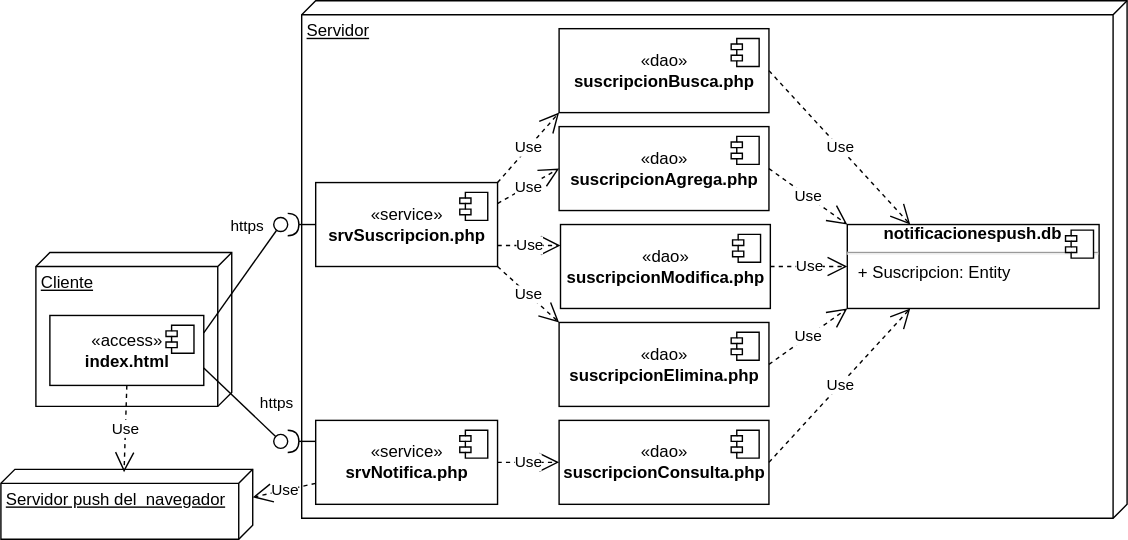
The draw.io diagram docs/img/m10push/pushdistribucion.drawio.svg in gilpgdm/gilpgdm.github.io, before a commit. Source tidied: cells renumbered, new cells last; positions are measured from the earlier drawing's top-left corner, leaving out a move shared by most shapes.
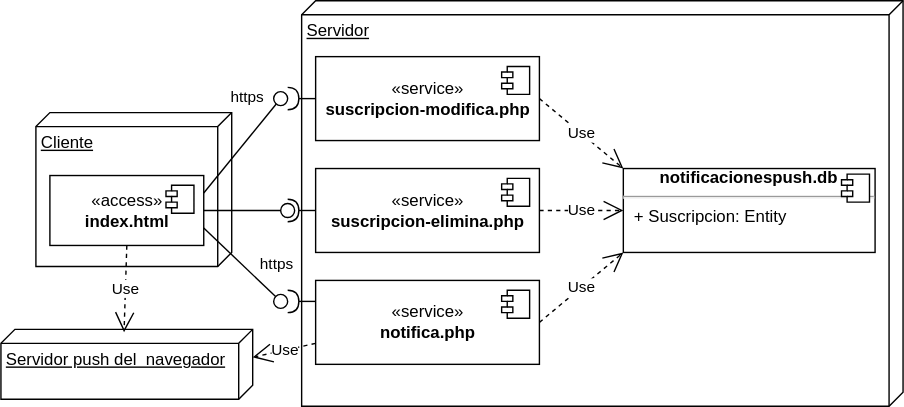
After the commit.

The edit, as a diff of the source:
```diff
@@ -14,57 +14,27 @@
       </mxGeometry>
     </mxCell>
     <mxCell id="5" value="Servidor" style="verticalAlign=top;align=left;spacingTop=8;spacingLeft=2;spacingRight=12;shape=cube;size=10;direction=south;fontStyle=4;html=1;" parent="1" vertex="1">
-      <mxGeometry x="215" width="590" height="370" as="geometry" />
+      <mxGeometry x="215" y="100" width="430" height="290" as="geometry" />
     </mxCell>
-    <mxCell id="6" value="«service»&lt;br&gt;&lt;b&gt;srvSuscripcion.php&lt;/b&gt;" style="html=1;" parent="1" vertex="1">
-      <mxGeometry x="225" y="130" width="130" height="60" as="geometry" />
+    <mxCell id="6" value="«service»&lt;br&gt;&lt;b&gt;suscripcion-modifica.php&lt;/b&gt;" style="html=1;" parent="1" vertex="1">
+      <mxGeometry x="225" y="140" width="160" height="60" as="geometry" />
     </mxCell>
     <mxCell id="7" style="shape=module;jettyWidth=8;jettyHeight=4;" parent="6" vertex="1">
       <mxGeometry x="1" width="20" height="20" relative="1" as="geometry">
         <mxPoint x="-27" y="7" as="offset" />
       </mxGeometry>
     </mxCell>
-    <mxCell id="8" value="«service»&lt;br&gt;&lt;b&gt;srvNotifica.php&lt;/b&gt;" style="html=1;" parent="1" vertex="1">
-      <mxGeometry x="225" y="300" width="130" height="60" as="geometry" />
+    <mxCell id="8" value="«service»&lt;br&gt;&lt;b&gt;notifica.php&lt;/b&gt;" style="html=1;" parent="1" vertex="1">
+      <mxGeometry x="225" y="300" width="160" height="60" as="geometry" />
     </mxCell>
     <mxCell id="9" style="shape=module;jettyWidth=8;jettyHeight=4;" parent="8" vertex="1">
       <mxGeometry x="1" width="20" height="20" relative="1" as="geometry">
         <mxPoint x="-27" y="7" as="offset" />
       </mxGeometry>
     </mxCell>
-    <mxCell id="10" value="«dao»&lt;br&gt;&lt;b&gt;suscripcionModifica.php&lt;/b&gt;" style="html=1;" parent="1" vertex="1">
-      <mxGeometry x="400" y="160" width="150" height="60" as="geometry" />
-    </mxCell>
-    <mxCell id="11" style="shape=module;jettyWidth=8;jettyHeight=4;" parent="10" vertex="1">
-      <mxGeometry x="1" width="20" height="20" relative="1" as="geometry">
-        <mxPoint x="-27" y="7" as="offset" />
-      </mxGeometry>
-    </mxCell>
-    <mxCell id="12" value="«dao»&lt;br&gt;&lt;b&gt;suscripcionElimina.php&lt;/b&gt;" style="html=1;" parent="1" vertex="1">
-      <mxGeometry x="399" y="230" width="150" height="60" as="geometry" />
-    </mxCell>
-    <mxCell id="13" style="shape=module;jettyWidth=8;jettyHeight=4;" parent="12" vertex="1">
-      <mxGeometry x="1" width="20" height="20" relative="1" as="geometry">
-        <mxPoint x="-27" y="7" as="offset" />
-      </mxGeometry>
-    </mxCell>
-    <mxCell id="14" value="«dao»&lt;br&gt;&lt;b&gt;suscripcionConsulta.php&lt;/b&gt;" style="html=1;" parent="1" vertex="1">
-      <mxGeometry x="399" y="300" width="150" height="60" as="geometry" />
-    </mxCell>
-    <mxCell id="15" style="shape=module;jettyWidth=8;jettyHeight=4;" parent="14" vertex="1">
-      <mxGeometry x="1" width="20" height="20" relative="1" as="geometry">
-        <mxPoint x="-27" y="7" as="offset" />
-      </mxGeometry>
-    </mxCell>
     <mxCell id="16" value="https" style="rounded=0;jettySize=auto;html=1;endArrow=none;endFill=0;sketch=0;sourcePerimeterSpacing=0;targetPerimeterSpacing=0;exitX=1;exitY=0.25;exitDx=0;exitDy=0;" parent="1" edge="1" source="3" target="18">
       <mxGeometry x="0.77" y="19" relative="1" as="geometry" />
     </mxCell>
-    <mxCell id="17" style="rounded=0;jettySize=auto;html=1;endArrow=halfCircle;endFill=0;endSize=6;strokeWidth=1;sketch=0;exitX=0;exitY=0.5;exitDx=0;exitDy=0;" parent="1" edge="1" source="6" target="18">
-      <mxGeometry relative="1" as="geometry" />
-    </mxCell>
-    <mxCell id="18" style="ellipse;whiteSpace=wrap;html=1;align=center;points=[];outlineConnect=0;sketch=0;" parent="1" vertex="1">
-      <mxGeometry x="195" y="155" width="10" height="10" as="geometry" />
-    </mxCell>
     <mxCell id="19" value="https" style="rounded=0;jettySize=auto;html=1;endArrow=none;endFill=0;sketch=0;sourcePerimeterSpacing=0;targetPerimeterSpacing=0;exitX=1;exitY=0.75;exitDx=0;exitDy=0;" parent="1" edge="1" source="3" target="21">
       <mxGeometry x="0.55" y="17" relative="1" as="geometry" />
     </mxCell>
@@ -76,26 +46,14 @@
     <mxCell id="21" style="ellipse;whiteSpace=wrap;html=1;align=center;points=[];outlineConnect=0;sketch=0;" parent="1" vertex="1">
       <mxGeometry x="195" y="310" width="10" height="10" as="geometry" />
     </mxCell>
-    <mxCell id="22" value="Use" style="endArrow=open;endSize=12;dashed=1;html=1;rounded=0;entryX=0;entryY=0.5;entryDx=0;entryDy=0;exitX=1;exitY=0.25;exitDx=0;exitDy=0;" parent="1" edge="1" source="6" target="31">
-      <mxGeometry relative="1" as="geometry" />
-    </mxCell>
-    <mxCell id="23" value="Use" style="endArrow=open;endSize=12;dashed=1;html=1;rounded=0;entryX=0;entryY=0;entryDx=0;entryDy=0;exitX=1;exitY=1;exitDx=0;exitDy=0;" parent="1" edge="1" source="6" target="12">
-      <mxGeometry relative="1" as="geometry" />
-    </mxCell>
-    <mxCell id="24" value="Use" style="endArrow=open;endSize=12;dashed=1;html=1;rounded=0;entryX=0;entryY=0.5;entryDx=0;entryDy=0;exitX=1;exitY=0.5;exitDx=0;exitDy=0;" parent="1" edge="1" source="8" target="14">
-      <mxGeometry relative="1" as="geometry" />
-    </mxCell>
-    <mxCell id="25" value="Use" style="endArrow=open;endSize=12;dashed=1;html=1;rounded=0;exitX=1;exitY=0.5;exitDx=0;exitDy=0;entryX=0;entryY=0.5;entryDx=0;entryDy=0;" parent="1" edge="1" source="10" target="28">
+    <mxCell id="25" value="Use" style="endArrow=open;endSize=12;dashed=1;html=1;rounded=0;exitX=1;exitY=0.5;exitDx=0;exitDy=0;entryX=0;entryY=0.5;entryDx=0;entryDy=0;" parent="1" edge="1" source="41" target="28">
       <mxGeometry relative="1" as="geometry" />
     </mxCell>
-    <mxCell id="26" value="Use" style="endArrow=open;endSize=12;dashed=1;html=1;rounded=0;entryX=0;entryY=1;entryDx=0;entryDy=0;exitX=1;exitY=0.5;exitDx=0;exitDy=0;" parent="1" edge="1" source="12" target="28">
+    <mxCell id="26" value="Use" style="endArrow=open;endSize=12;dashed=1;html=1;rounded=0;entryX=0;entryY=1;entryDx=0;entryDy=0;exitX=1;exitY=0.5;exitDx=0;exitDy=0;" parent="1" edge="1" source="8" target="28">
       <mxGeometry relative="1" as="geometry" />
     </mxCell>
-    <mxCell id="27" value="Use" style="endArrow=open;endSize=12;dashed=1;html=1;rounded=0;entryX=0.25;entryY=1;entryDx=0;entryDy=0;exitX=1;exitY=0.5;exitDx=0;exitDy=0;" parent="1" edge="1" source="14" target="28">
-      <mxGeometry relative="1" as="geometry" />
-    </mxCell>
     <mxCell id="28" value="&lt;div style=&quot;text-align: center;&quot;&gt;&lt;b&gt;notificacionespush&lt;/b&gt;&lt;b style=&quot;background-color: initial;&quot;&gt;.db&lt;/b&gt;&lt;/div&gt;&lt;hr&gt;&lt;p style=&quot;margin:0px;margin-left:8px;&quot;&gt;+ Suscripcion: Entity&lt;/p&gt;" style="align=left;overflow=fill;html=1;" parent="1" vertex="1">
-      <mxGeometry x="605" y="160" width="180" height="60" as="geometry" />
+      <mxGeometry x="445" y="220" width="180" height="60" as="geometry" />
     </mxCell>
     <mxCell id="29" style="shape=component;jettyWidth=8;jettyHeight=4;" parent="28" vertex="1">
       <mxGeometry x="1" width="20" height="20" relative="1" as="geometry">
@@ -105,39 +63,41 @@
     <mxCell id="30" value="Servidor push del&amp;nbsp; navegador" style="verticalAlign=top;align=left;spacingTop=8;spacingLeft=2;spacingRight=12;shape=cube;size=10;direction=south;fontStyle=4;html=1;" parent="1" vertex="1">
       <mxGeometry y="335" width="180" height="50" as="geometry" />
     </mxCell>
-    <mxCell id="31" value="«dao»&lt;br&gt;&lt;b&gt;suscripcionAgrega.php&lt;/b&gt;" style="html=1;" parent="1" vertex="1">
-      <mxGeometry x="399" y="90" width="150" height="60" as="geometry" />
-    </mxCell>
-    <mxCell id="32" style="shape=module;jettyWidth=8;jettyHeight=4;" parent="31" vertex="1">
-      <mxGeometry x="1" width="20" height="20" relative="1" as="geometry">
-        <mxPoint x="-27" y="7" as="offset" />
-      </mxGeometry>
-    </mxCell>
-    <mxCell id="33" value="«dao»&lt;br&gt;&lt;b&gt;suscripcionBusca.php&lt;/b&gt;" style="html=1;" parent="1" vertex="1">
-      <mxGeometry x="399" y="20" width="150" height="60" as="geometry" />
-    </mxCell>
-    <mxCell id="34" style="shape=module;jettyWidth=8;jettyHeight=4;" parent="33" vertex="1">
-      <mxGeometry x="1" width="20" height="20" relative="1" as="geometry">
-        <mxPoint x="-27" y="7" as="offset" />
-      </mxGeometry>
-    </mxCell>
-    <mxCell id="35" value="Use" style="endArrow=open;endSize=12;dashed=1;html=1;rounded=0;exitX=1;exitY=0.5;exitDx=0;exitDy=0;entryX=0;entryY=0;entryDx=0;entryDy=0;" parent="1" edge="1" source="31" target="28">
+    <mxCell id="35" value="Use" style="endArrow=open;endSize=12;dashed=1;html=1;rounded=0;exitX=1;exitY=0.5;exitDx=0;exitDy=0;entryX=0;entryY=0;entryDx=0;entryDy=0;" parent="1" edge="1" source="6" target="28">
       <mxGeometry relative="1" as="geometry" />
     </mxCell>
-    <mxCell id="36" value="Use" style="endArrow=open;endSize=12;dashed=1;html=1;rounded=0;exitX=1;exitY=0.5;exitDx=0;exitDy=0;entryX=0.25;entryY=0;entryDx=0;entryDy=0;" parent="1" edge="1" source="33" target="28">
-      <mxGeometry relative="1" as="geometry" />
-    </mxCell>
-    <mxCell id="37" value="Use" style="endArrow=open;endSize=12;dashed=1;html=1;rounded=0;entryX=0;entryY=1;entryDx=0;entryDy=0;exitX=1;exitY=0;exitDx=0;exitDy=0;" parent="1" edge="1" source="6" target="33">
-      <mxGeometry relative="1" as="geometry" />
-    </mxCell>
-    <mxCell id="38" value="Use" style="endArrow=open;endSize=12;dashed=1;html=1;rounded=0;entryX=0;entryY=0.25;entryDx=0;entryDy=0;exitX=1;exitY=0.75;exitDx=0;exitDy=0;" parent="1" edge="1" source="6" target="10">
-      <mxGeometry relative="1" as="geometry" />
-    </mxCell>
     <mxCell id="39" value="Use" style="endArrow=open;endSize=12;dashed=1;html=1;rounded=0;entryX=0.04;entryY=0.511;entryDx=0;entryDy=0;entryPerimeter=0;exitX=0.5;exitY=1;exitDx=0;exitDy=0;" parent="1" edge="1" source="3" target="30">
       <mxGeometry relative="1" as="geometry" />
     </mxCell>
     <mxCell id="40" value="Use" style="endArrow=open;endSize=12;dashed=1;html=1;rounded=0;entryX=0;entryY=0;entryDx=20;entryDy=0;entryPerimeter=0;exitX=0;exitY=0.75;exitDx=0;exitDy=0;" parent="1" edge="1" source="8" target="30">
       <mxGeometry relative="1" as="geometry" />
     </mxCell>
+    <mxCell id="41" value="«service»&lt;br&gt;&lt;b&gt;suscripcion-elimina.php&lt;/b&gt;" style="html=1;" parent="1" vertex="1">
+      <mxGeometry x="225" y="220" width="160" height="60" as="geometry" />
+    </mxCell>
+    <mxCell id="42" style="shape=module;jettyWidth=8;jettyHeight=4;" parent="41" vertex="1">
+      <mxGeometry x="1" width="20" height="20" relative="1" as="geometry">
+        <mxPoint x="-27" y="7" as="offset" />
+      </mxGeometry>
+    </mxCell>
+    <mxCell id="43" style="rounded=0;jettySize=auto;html=1;endArrow=halfCircle;endFill=0;endSize=6;strokeWidth=1;sketch=0;exitX=0;exitY=0.5;exitDx=0;exitDy=0;" parent="1" edge="1" source="41">
+      <mxGeometry relative="1" as="geometry">
+        <mxPoint x="205" y="250" as="targetPoint" />
+      </mxGeometry>
+    </mxCell>
+    <mxCell id="44" style="rounded=0;jettySize=auto;html=1;endArrow=oval;endFill=0;sketch=0;sourcePerimeterSpacing=0;targetPerimeterSpacing=0;endSize=10;exitX=1;exitY=0.5;exitDx=0;exitDy=0;" parent="1" edge="1" source="3">
+      <mxGeometry relative="1" as="geometry">
+        <mxPoint x="205" y="250" as="targetPoint" />
+      </mxGeometry>
+    </mxCell>
+    <mxCell id="45" style="ellipse;whiteSpace=wrap;html=1;align=center;fillColor=none;strokeColor=none;perimeter=centerPerimeter;" parent="1" vertex="1">
+      <mxGeometry x="290" y="170" width="10" height="10" as="geometry" />
+    </mxCell>
+    <mxCell id="17" style="rounded=0;jettySize=auto;html=1;endArrow=halfCircle;endFill=0;endSize=6;strokeWidth=1;sketch=0;exitX=0;exitY=0.5;exitDx=0;exitDy=0;" parent="1" edge="1" source="6" target="18">
+      <mxGeometry relative="1" as="geometry" />
+    </mxCell>
+    <mxCell id="18" style="ellipse;whiteSpace=wrap;html=1;align=center;points=[];outlineConnect=0;sketch=0;" parent="1" vertex="1">
+      <mxGeometry x="195" y="165" width="10" height="10" as="geometry" />
+    </mxCell>
   </root>
 </mxGraphModel>
```
